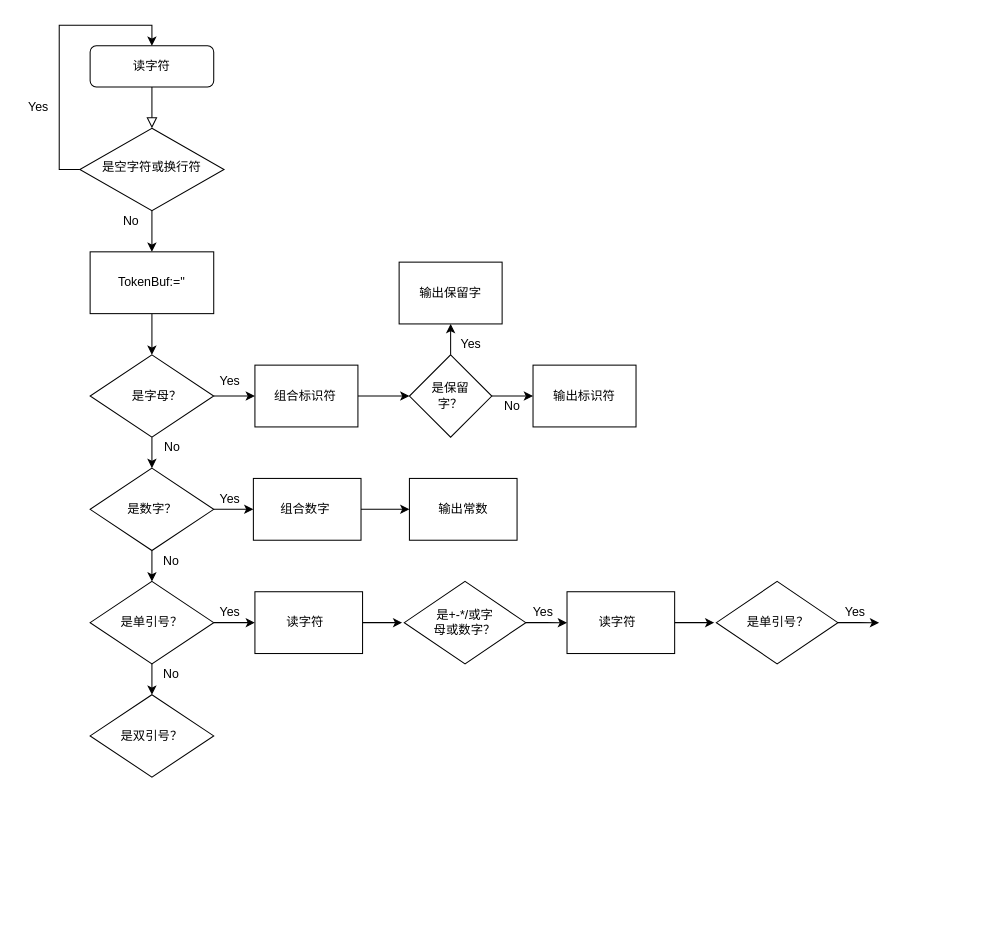
The draw.io diagram Untitled Diagram.drawio in ljh0v0/test, before the edit. Source tidied: cells renumbered, new cells numbered last; positions are measured from the earlier drawing's top-left corner, leaving out a move shared by most shapes. Both pictures are drawn from the tidied source at 103%, with x=0, y=0 at pixel (18, 25).
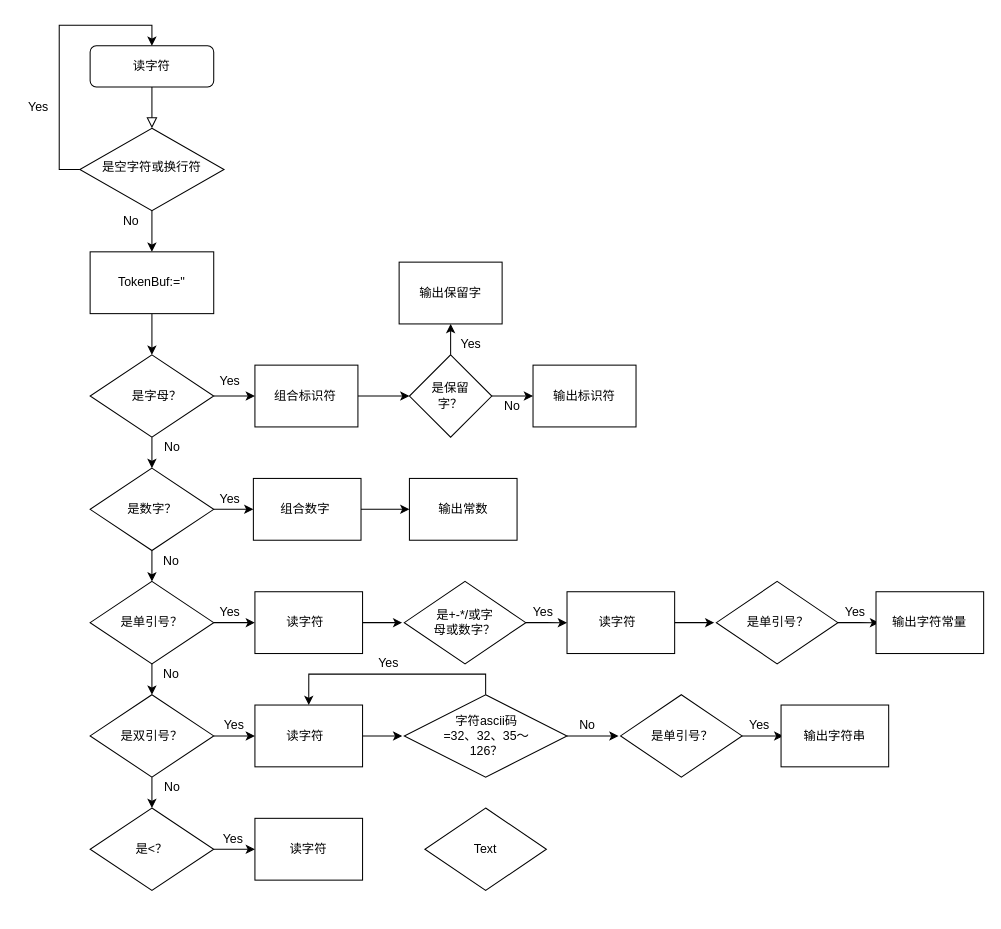
The same page after the edit.

Unchanged cells that the change refers to:
```xml
<mxCell id="61" style="rhombus;whiteSpace=wrap;html=1;" parent="1" vertex="1">
  <mxGeometry x="70" y="650" width="120" height="80" as="geometry" />
</mxCell>
```

What changed in the source:
```diff
@@
+    <mxCell id="64" style="edgeStyle=orthogonalEdgeStyle;rounded=0;jettySize=auto;html=1;exitX=1;exitY=0.5;exitDx=0;exitDy=0;" parent="1" edge="1" source="61" target="67">
+      <mxGeometry relative="1" as="geometry" />
+    </mxCell>
+    <mxCell id="65" style="edgeStyle=orthogonalEdgeStyle;rounded=0;jettySize=auto;html=1;exitX=0.5;exitY=1;exitDx=0;exitDy=0;entryX=0.5;entryY=0;entryDx=0;entryDy=0;" parent="1" edge="1" source="61" target="84">
+      <mxGeometry relative="1" as="geometry" />
+    </mxCell>
@@
+    <mxCell id="66" style="edgeStyle=orthogonalEdgeStyle;rounded=0;jettySize=auto;html=1;exitX=1;exitY=0.5;exitDx=0;exitDy=0;" parent="1" edge="1" source="67">
+      <mxGeometry relative="1" as="geometry">
+        <mxPoint x="373" y="690.1" as="targetPoint" />
+      </mxGeometry>
+    </mxCell>
+    <mxCell id="67" style="rounded=0;whiteSpace=wrap;html=1;" parent="1" vertex="1">
+      <mxGeometry x="230" y="660" width="104.5" height="60" as="geometry" />
+    </mxCell>
+    <mxCell id="68" value="读字符" style="text;html=1;strokeColor=none;fillColor=none;align=center;verticalAlign=middle;whiteSpace=wrap;rounded=0;" parent="1" vertex="1">
+      <mxGeometry x="259" y="680" width="40" height="20" as="geometry" />
+    </mxCell>
+    <mxCell id="69" style="edgeStyle=orthogonalEdgeStyle;rounded=0;jettySize=auto;html=1;exitX=0.5;exitY=0;exitDx=0;exitDy=0;entryX=0.5;entryY=0;entryDx=0;entryDy=0;" parent="1" edge="1" source="71" target="67">
+      <mxGeometry relative="1" as="geometry" />
+    </mxCell>
+    <mxCell id="70" style="edgeStyle=orthogonalEdgeStyle;rounded=0;jettySize=auto;html=1;exitX=1;exitY=0.5;exitDx=0;exitDy=0;" parent="1" edge="1" source="71">
+      <mxGeometry relative="1" as="geometry">
+        <mxPoint x="583" y="690" as="targetPoint" />
+      </mxGeometry>
+    </mxCell>
+    <mxCell id="71" style="rhombus;whiteSpace=wrap;html=1;" parent="1" vertex="1">
+      <mxGeometry x="375" y="650" width="158" height="80" as="geometry" />
+    </mxCell>
+    <mxCell id="72" value="字符ascii码=32、32、35～126？" style="text;html=1;strokeColor=none;fillColor=none;align=center;verticalAlign=middle;whiteSpace=wrap;rounded=0;" parent="1" vertex="1">
+      <mxGeometry x="410" y="680" width="90" height="20" as="geometry" />
+    </mxCell>
+    <mxCell id="73" style="edgeStyle=orthogonalEdgeStyle;rounded=0;jettySize=auto;html=1;exitX=1;exitY=0.5;exitDx=0;exitDy=0;" parent="1" edge="1" source="74">
+      <mxGeometry relative="1" as="geometry">
+        <mxPoint x="743" y="690.1" as="targetPoint" />
+      </mxGeometry>
+    </mxCell>
+    <mxCell id="74" style="rhombus;whiteSpace=wrap;html=1;" parent="1" vertex="1">
+      <mxGeometry x="585" y="650" width="118" height="80" as="geometry" />
+    </mxCell>
+    <mxCell id="75" value="是单引号？" style="text;html=1;strokeColor=none;fillColor=none;align=center;verticalAlign=middle;whiteSpace=wrap;rounded=0;" parent="1" vertex="1">
+      <mxGeometry x="613" y="680" width="64" height="20" as="geometry" />
+    </mxCell>
+    <mxCell id="76" value="No" style="text;html=1;strokeColor=none;fillColor=none;align=center;verticalAlign=middle;whiteSpace=wrap;rounded=0;" parent="1" vertex="1">
+      <mxGeometry x="533" y="670" width="40" height="20" as="geometry" />
+    </mxCell>
+    <mxCell id="77" value="Yes" style="text;html=1;strokeColor=none;fillColor=none;align=center;verticalAlign=middle;whiteSpace=wrap;rounded=0;" parent="1" vertex="1">
+      <mxGeometry x="700" y="670" width="40" height="20" as="geometry" />
+    </mxCell>
+    <mxCell id="78" value="Yes" style="text;html=1;strokeColor=none;fillColor=none;align=center;verticalAlign=middle;whiteSpace=wrap;rounded=0;" parent="1" vertex="1">
+      <mxGeometry x="340" y="610" width="40" height="20" as="geometry" />
+    </mxCell>
+    <mxCell id="79" style="rounded=0;whiteSpace=wrap;html=1;" parent="1" vertex="1">
+      <mxGeometry x="833" y="550" width="104.5" height="60" as="geometry" />
+    </mxCell>
+    <mxCell id="80" value="输出字符常量" style="text;html=1;strokeColor=none;fillColor=none;align=center;verticalAlign=middle;whiteSpace=wrap;rounded=0;" parent="1" vertex="1">
+      <mxGeometry x="845.2" y="570" width="80" height="20" as="geometry" />
+    </mxCell>
+    <mxCell id="81" style="rounded=0;whiteSpace=wrap;html=1;" parent="1" vertex="1">
+      <mxGeometry x="740.8" y="660" width="104.5" height="60" as="geometry" />
+    </mxCell>
+    <mxCell id="82" value="输出字符串" style="text;html=1;strokeColor=none;fillColor=none;align=center;verticalAlign=middle;whiteSpace=wrap;rounded=0;" parent="1" vertex="1">
+      <mxGeometry x="753" y="680" width="80" height="20" as="geometry" />
+    </mxCell>
+    <mxCell id="83" style="edgeStyle=orthogonalEdgeStyle;rounded=0;jettySize=auto;html=1;exitX=1;exitY=0.5;exitDx=0;exitDy=0;entryX=0;entryY=0.5;entryDx=0;entryDy=0;" parent="1" edge="1" source="84" target="87">
+      <mxGeometry relative="1" as="geometry" />
+    </mxCell>
+    <mxCell id="84" style="rhombus;whiteSpace=wrap;html=1;" parent="1" vertex="1">
+      <mxGeometry x="70" y="760" width="120" height="80" as="geometry" />
+    </mxCell>
+    <mxCell id="85" value="是&amp;lt;？" style="text;html=1;strokeColor=none;fillColor=none;align=center;verticalAlign=middle;whiteSpace=wrap;rounded=0;" parent="1" vertex="1">
+      <mxGeometry x="95" y="790" width="70" height="20" as="geometry" />
+    </mxCell>
+    <mxCell id="86" value="No" style="text;html=1;strokeColor=none;fillColor=none;align=center;verticalAlign=middle;whiteSpace=wrap;rounded=0;" parent="1" vertex="1">
+      <mxGeometry x="130" y="730" width="40" height="20" as="geometry" />
+    </mxCell>
+    <mxCell id="87" style="rounded=0;whiteSpace=wrap;html=1;" parent="1" vertex="1">
+      <mxGeometry x="230" y="770" width="104.5" height="60" as="geometry" />
+    </mxCell>
+    <mxCell id="88" value="读字符" style="text;html=1;strokeColor=none;fillColor=none;align=center;verticalAlign=middle;whiteSpace=wrap;rounded=0;" parent="1" vertex="1">
+      <mxGeometry x="262.2" y="790" width="40" height="20" as="geometry" />
+    </mxCell>
+    <mxCell id="89" value="Yes" style="text;html=1;strokeColor=none;fillColor=none;align=center;verticalAlign=middle;whiteSpace=wrap;rounded=0;" parent="1" vertex="1">
+      <mxGeometry x="190" y="670" width="40" height="20" as="geometry" />
+    </mxCell>
+    <mxCell id="90" value="Yes" style="text;html=1;strokeColor=none;fillColor=none;align=center;verticalAlign=middle;whiteSpace=wrap;rounded=0;" parent="1" vertex="1">
+      <mxGeometry x="188.5" y="780" width="40" height="20" as="geometry" />
+    </mxCell>
+    <mxCell id="91" style="rhombus;whiteSpace=wrap;html=1;" parent="1" vertex="1">
+      <mxGeometry x="395" y="760" width="118" height="80" as="geometry" />
+    </mxCell>
+    <mxCell id="92" value="Text" style="text;html=1;strokeColor=none;fillColor=none;align=center;verticalAlign=middle;whiteSpace=wrap;rounded=0;" parent="1" vertex="1">
+      <mxGeometry x="434" y="740" width="40" height="120" as="geometry" />
+    </mxCell>
```
